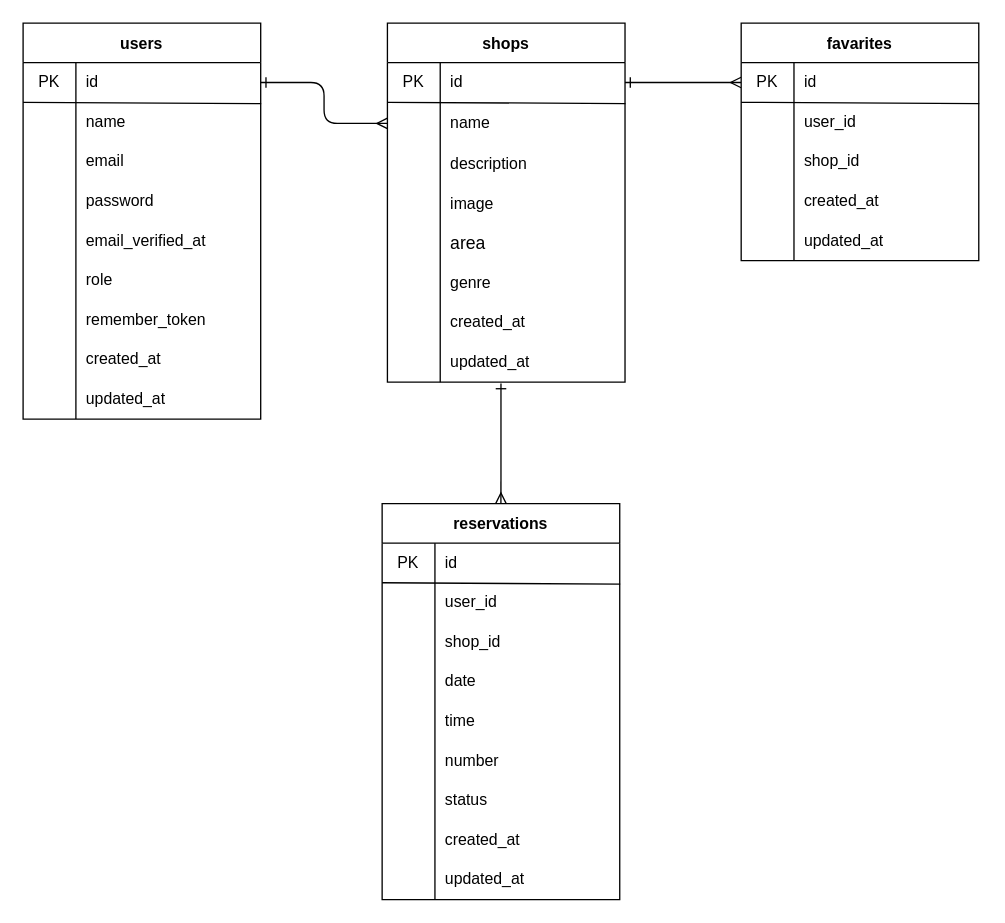
This is erd.dio from shun1019/rese-app, a draw.io file, before an edit. Source tidied: cells renumbered, new cells numbered last; positions are measured from the earlier drawing's top-left corner, leaving out a move shared by most shapes. Both pictures are drawn from the tidied source at 132%, with x=0, y=0 at pixel (22, 22).
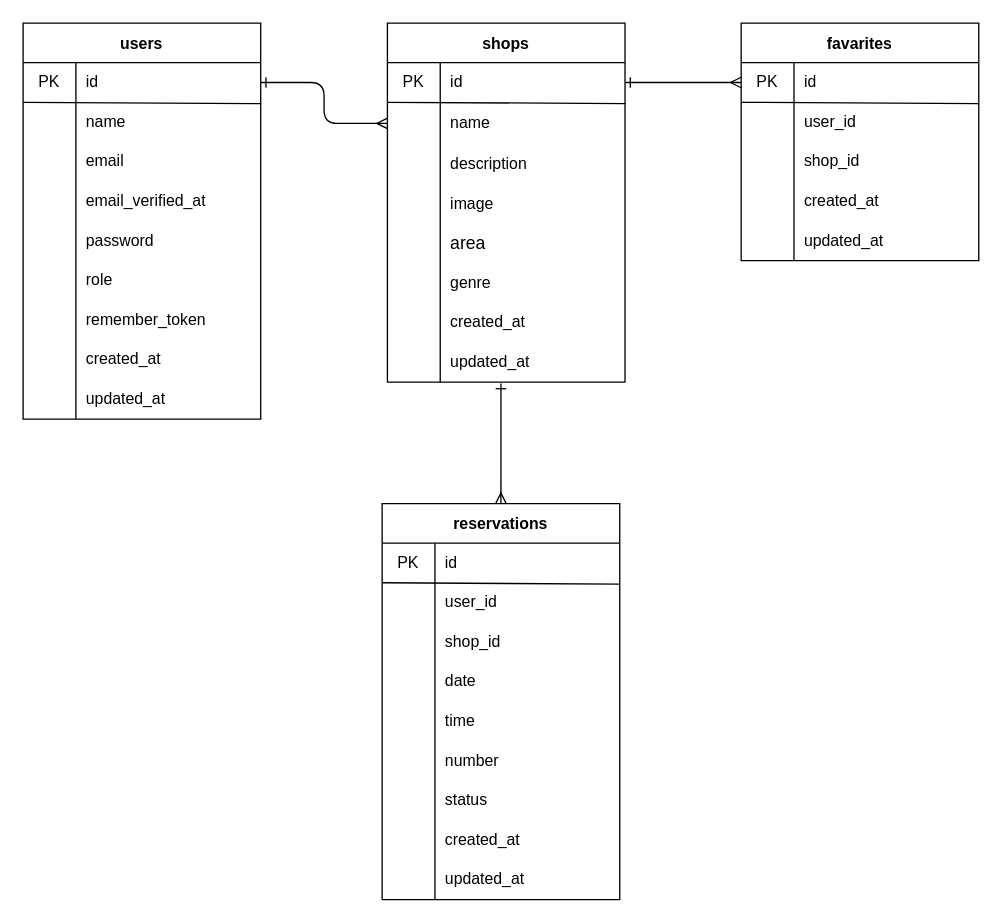
The same page after the edit.

Unchanged cells that the change refers to:
```xml
<mxCell id="13" style="shape=tableRow;horizontal=0;startSize=0;swimlaneHead=0;swimlaneBody=0;top=0;left=0;bottom=0;right=0;fillColor=none;fontColor=#000000;" parent="3" vertex="1">
  <mxGeometry y="120" width="180" height="30" as="geometry" />
</mxCell>
<mxCell id="16" style="shape=tableRow;horizontal=0;startSize=0;swimlaneHead=0;swimlaneBody=0;top=0;left=0;bottom=0;right=0;fillColor=none;fontColor=#000000;" parent="3" vertex="1">
  <mxGeometry y="150" width="180" height="30" as="geometry" />
</mxCell>
```

Diff of the diagram source:
```diff
@@
-    <mxCell id="15" value="password" style="shape=partialRectangle;html=1;whiteSpace=wrap;fillColor=none;top=0;left=0;bottom=0;right=0;align=left;spacingLeft=6;overflow=hidden;fontColor=#000000;" parent="13" vertex="1">
+    <mxCell id="15" value="&lt;span style=&quot;color: rgb(0, 0, 0);&quot;&gt;email_verified_at&lt;/span&gt;" style="shape=partialRectangle;html=1;whiteSpace=wrap;fillColor=none;top=0;left=0;bottom=0;right=0;align=left;spacingLeft=6;overflow=hidden;fontColor=#000000;" parent="13" vertex="1">
       <mxGeometry x="40" width="140" height="30" as="geometry" />
     </mxCell>
@@
-    <mxCell id="18" value="email_verified_at" style="shape=partialRectangle;html=1;whiteSpace=wrap;fillColor=none;top=0;left=0;bottom=0;right=0;align=left;spacingLeft=6;overflow=hidden;fontColor=#000000;" parent="16" vertex="1">
+    <mxCell id="18" value="password" style="shape=partialRectangle;html=1;whiteSpace=wrap;fillColor=none;top=0;left=0;bottom=0;right=0;align=left;spacingLeft=6;overflow=hidden;fontColor=#000000;" parent="16" vertex="1">
       <mxGeometry x="40" width="140" height="30" as="geometry" />
     </mxCell>
```
